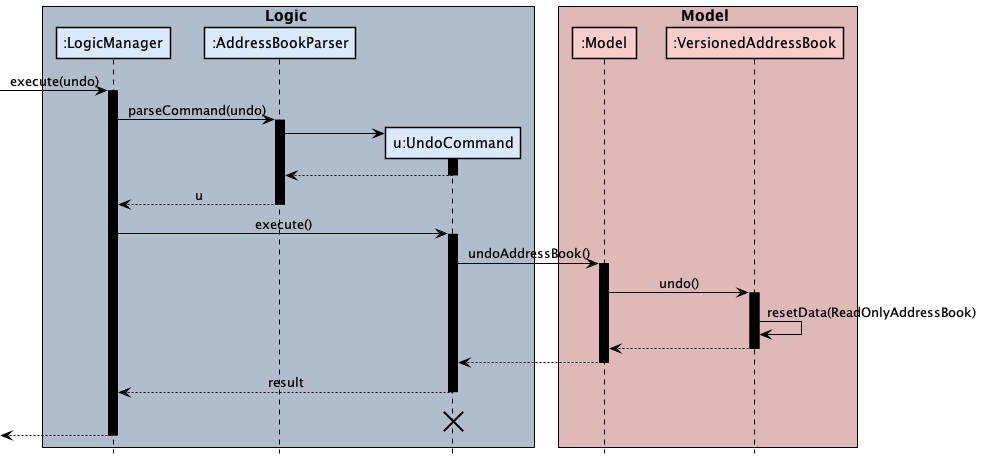
nus-cs2103-AY2122S1/tp keeps this PlantUML diagram as docs/images/UndoSequenceDiagram.png. Above is the earlier version. Source of this version:
```plantuml
@startuml
!include style.puml

box Logic LOGIC_COLOR_T1
participant ":LogicManager" as LogicManager LOGIC_COLOR
participant ":AddressBookParser" as AddressBookParser LOGIC_COLOR
participant "u:UndoCommand" as UndoCommand LOGIC_COLOR
end box

skinparam sequenceBoxBorderColor #black
box Model MODEL_COLOR_T1
participant ":Model" as Model MODEL_COLOR
participant ":VersionedAddressBook" as VersionedAddressBook MODEL_COLOR
end box

[-> LogicManager : execute(undo)
activate LogicManager

LogicManager -> AddressBookParser : parseCommand(undo)
activate AddressBookParser

create UndoCommand
AddressBookParser -> UndoCommand
activate UndoCommand

UndoCommand --> AddressBookParser
deactivate UndoCommand

AddressBookParser --> LogicManager : u
deactivate AddressBookParser

LogicManager -> UndoCommand : execute()
activate UndoCommand

UndoCommand -> Model : undoAddressBook()
activate Model

Model -> VersionedAddressBook : undo()
activate VersionedAddressBook

VersionedAddressBook -> VersionedAddressBook :resetData(ReadOnlyAddressBook)
VersionedAddressBook --> Model :
deactivate VersionedAddressBook

Model --> UndoCommand
deactivate Model

UndoCommand --> LogicManager : result
deactivate UndoCommand
UndoCommand -[hidden]-> LogicManager : result
destroy UndoCommand

[<--LogicManager
deactivate LogicManager
@enduml
```
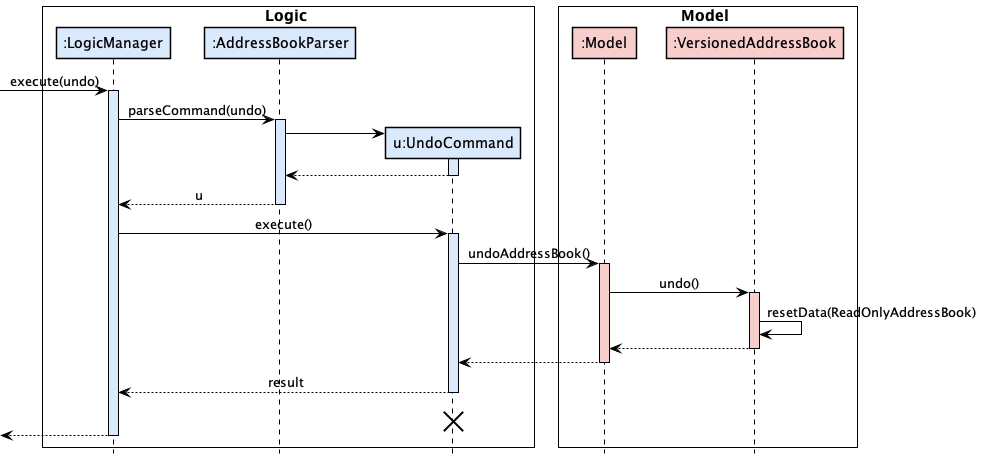
After the change.

What changed in the source:
```diff
@@ -1,27 +1,27 @@
 @startuml
 !include style.puml
 
-box Logic LOGIC_COLOR_T1
+box Logic #FFFFFF
 participant ":LogicManager" as LogicManager LOGIC_COLOR
 participant ":AddressBookParser" as AddressBookParser LOGIC_COLOR
 participant "u:UndoCommand" as UndoCommand LOGIC_COLOR
 end box
 
 skinparam sequenceBoxBorderColor #black
-box Model MODEL_COLOR_T1
+box Model #FFFFFF
 participant ":Model" as Model MODEL_COLOR
 participant ":VersionedAddressBook" as VersionedAddressBook MODEL_COLOR
 end box
 
 [-> LogicManager : execute(undo)
-activate LogicManager
+activate LogicManager LOGIC_COLOR
 
 LogicManager -> AddressBookParser : parseCommand(undo)
-activate AddressBookParser
+activate AddressBookParser LOGIC_COLOR
 
 create UndoCommand
 AddressBookParser -> UndoCommand
-activate UndoCommand
+activate UndoCommand LOGIC_COLOR
 
 UndoCommand --> AddressBookParser
 deactivate UndoCommand
@@ -30,13 +30,13 @@
 deactivate AddressBookParser
 
 LogicManager -> UndoCommand : execute()
-activate UndoCommand
+activate UndoCommand LOGIC_COLOR
 
 UndoCommand -> Model : undoAddressBook()
-activate Model
+activate Model MODEL_COLOR
 
 Model -> VersionedAddressBook : undo()
-activate VersionedAddressBook
+activate VersionedAddressBook MODEL_COLOR
 
 VersionedAddressBook -> VersionedAddressBook :resetData(ReadOnlyAddressBook)
 VersionedAddressBook --> Model :
```
